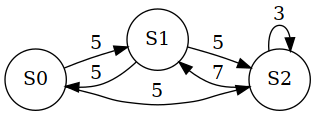
Leo2999/mpar-projet keeps this Graphviz diagram as Markov.gv.png. Above is the earlier version. Its source is kept beside it as Markov.gv.
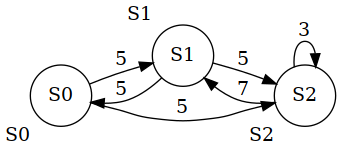
After the change.

Change to the diagram source:
```diff
@@ -1,9 +1,9 @@
 digraph Markov {
 	rankdir=LR size="8,5"
 	node [shape=circle]
-	S0
-	S1
-	S2
+	S0 [xlabel=S0]
+	S1 [xlabel=S1]
+	S2 [xlabel=S2]
 	S0 -> S1 [label=5]
 	S0 -> S2 [label=5]
 	S1 -> S0 [label=5]
```
